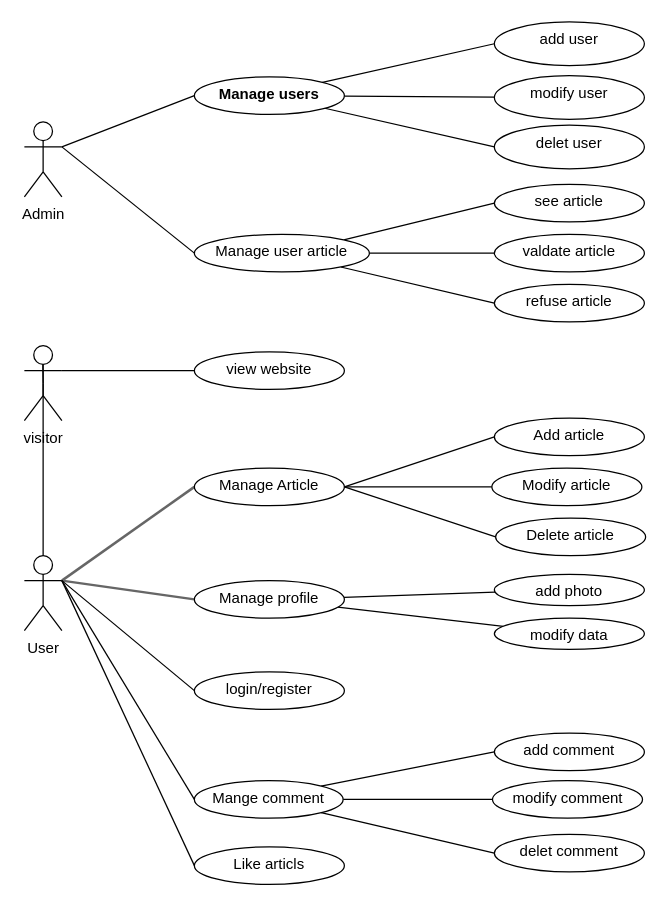
This is diagram/usecASE.drawio from ChaymaTb/Camping-web-site, a draw.io file, before an edit. Source tidied: cells renumbered, new cells numbered last; positions are measured from the earlier drawing's top-left corner, leaving out a move shared by most shapes. Both pictures are drawn from the tidied source at 125%, with x=0, y=0 at pixel (24, 21).
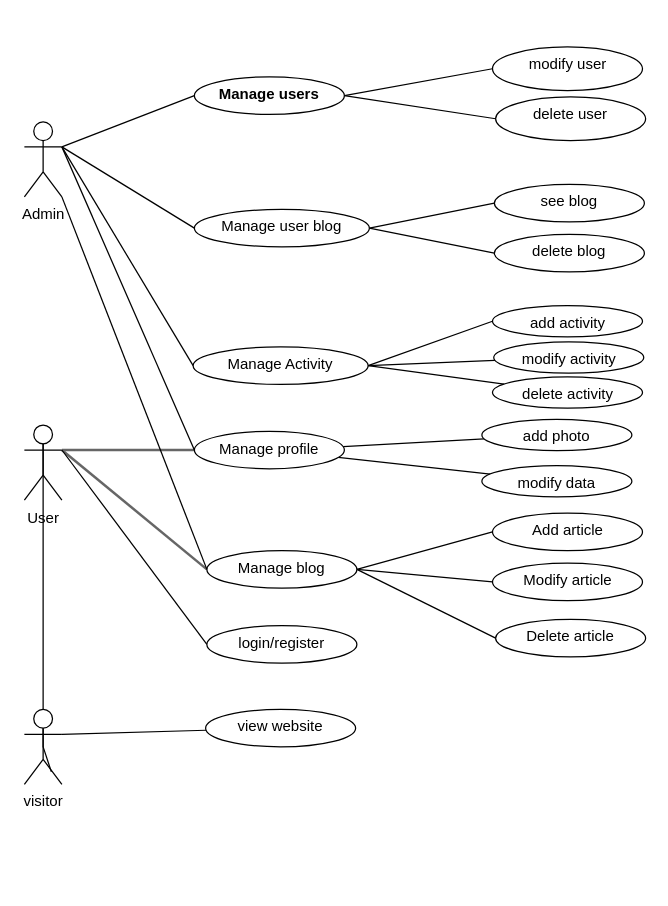
The same page after the edit.

The change refers to these unchanged cells:
```xml
<mxCell id="4" value="Admin" style="shape=umlActor;verticalLabelPosition=bottom;verticalAlign=top;html=1;outlineConnect=0;" parent="1" vertex="1">
  <mxGeometry y="80" width="30" height="60" as="geometry" />
</mxCell>
<mxCell id="15" value="&lt;b&gt;Manage users&lt;/b&gt;" style="ellipse;whiteSpace=wrap;html=1;verticalAlign=top;" parent="1" vertex="1">
  <mxGeometry x="136" y="44" width="120" height="30" as="geometry" />
</mxCell>
```

What changed in the source:
```diff
@@
-    <mxCell id="7" style="edgeStyle=none;html=1;endArrow=none;endFill=0;entryX=0;entryY=0.5;entryDx=0;entryDy=0;exitX=1;exitY=0.3333333333333333;exitDx=0;exitDy=0;exitPerimeter=0;" parent="1" edge="1" source="11" target="29">
-      <mxGeometry relative="1" as="geometry" />
-    </mxCell>
@@
-    <mxCell id="10" style="edgeStyle=none;html=1;endArrow=none;endFill=0;exitX=1;exitY=0.3333333333333333;exitDx=0;exitDy=0;exitPerimeter=0;entryX=0;entryY=0.5;entryDx=0;entryDy=0;" parent="1" edge="1" source="11" target="50">
-      <mxGeometry relative="1" as="geometry" />
-    </mxCell>
     <mxCell id="11" value="User" style="shape=umlActor;verticalLabelPosition=bottom;verticalAlign=top;html=1;outlineConnect=0;" parent="1" vertex="1">
-      <mxGeometry y="427" width="30" height="60" as="geometry" />
+      <mxGeometry y="322.5" width="30" height="60" as="geometry" />
     </mxCell>
@@
-    <mxCell id="13" style="edgeStyle=none;html=1;endArrow=none;endFill=0;" parent="1" edge="1" source="15" target="34">
+    <mxCell id="13" style="edgeStyle=none;html=1;endArrow=none;endFill=0;entryX=0;entryY=0.5;entryDx=0;entryDy=0;exitX=1;exitY=0.5;exitDx=0;exitDy=0;" parent="1" edge="1" source="15" target="34">
       <mxGeometry relative="1" as="geometry" />
     </mxCell>
-    <mxCell id="14" style="edgeStyle=none;html=1;endArrow=none;endFill=0;entryX=0;entryY=0.5;entryDx=0;entryDy=0;" parent="1" edge="1" source="15" target="35">
+    <mxCell id="14" style="edgeStyle=none;html=1;endArrow=none;endFill=0;entryX=0;entryY=0.5;entryDx=0;entryDy=0;exitX=1;exitY=0.5;exitDx=0;exitDy=0;" parent="1" edge="1" source="15" target="35">
       <mxGeometry relative="1" as="geometry" />
     </mxCell>
@@
     <mxCell id="18" value="Manage profile" style="ellipse;whiteSpace=wrap;html=1;verticalAlign=top;" parent="1" vertex="1">
-      <mxGeometry x="136" y="447" width="120" height="30" as="geometry" />
+      <mxGeometry x="136" y="327.5" width="120" height="30" as="geometry" />
     </mxCell>
@@
-    <mxCell id="22" value="Manage Article" style="ellipse;whiteSpace=wrap;html=1;verticalAlign=top;" parent="1" vertex="1">
-      <mxGeometry x="136" y="357" width="120" height="30" as="geometry" />
+    <mxCell id="22" value="Manage blog" style="ellipse;whiteSpace=wrap;html=1;verticalAlign=top;" parent="1" vertex="1">
+      <mxGeometry x="146" y="423" width="120" height="30" as="geometry" />
     </mxCell>
     <mxCell id="23" value="Add article" style="ellipse;whiteSpace=wrap;html=1;verticalAlign=top;" parent="1" vertex="1">
-      <mxGeometry x="376" y="317" width="120" height="30" as="geometry" />
+      <mxGeometry x="374.5" y="393" width="120" height="30" as="geometry" />
     </mxCell>
     <mxCell id="24" value="Modify article" style="ellipse;whiteSpace=wrap;html=1;verticalAlign=top;" parent="1" vertex="1">
-      <mxGeometry x="374" y="357" width="120" height="30" as="geometry" />
+      <mxGeometry x="374.5" y="433" width="120" height="30" as="geometry" />
     </mxCell>
     <mxCell id="25" value="Delete article" style="ellipse;whiteSpace=wrap;html=1;verticalAlign=top;" parent="1" vertex="1">
-      <mxGeometry x="377" y="397" width="120" height="30" as="geometry" />
+      <mxGeometry x="377" y="478" width="120" height="30" as="geometry" />
     </mxCell>
-    <mxCell id="26" style="edgeStyle=none;html=1;endArrow=none;endFill=0;exitX=1;exitY=0;exitDx=0;exitDy=0;entryX=0;entryY=0.5;entryDx=0;entryDy=0;" parent="1" edge="1" source="29" target="30">
-      <mxGeometry relative="1" as="geometry" />
-    </mxCell>
-    <mxCell id="27" style="edgeStyle=none;html=1;endArrow=none;endFill=0;exitX=1;exitY=0.5;exitDx=0;exitDy=0;entryX=0;entryY=0.5;entryDx=0;entryDy=0;" parent="1" edge="1" source="29" target="31">
-      <mxGeometry relative="1" as="geometry" />
-    </mxCell>
-    <mxCell id="28" style="edgeStyle=none;html=1;endArrow=none;endFill=0;exitX=1;exitY=1;exitDx=0;exitDy=0;entryX=0;entryY=0.5;entryDx=0;entryDy=0;" parent="1" edge="1" source="29" target="32">
-      <mxGeometry relative="1" as="geometry" />
-    </mxCell>
-    <mxCell id="29" value="Mange comment" style="ellipse;whiteSpace=wrap;html=1;verticalAlign=top;" parent="1" vertex="1">
-      <mxGeometry x="136" y="607" width="119" height="30" as="geometry" />
-    </mxCell>
-    <mxCell id="30" value="add comment" style="ellipse;whiteSpace=wrap;html=1;verticalAlign=top;" parent="1" vertex="1">
-      <mxGeometry x="376" y="569" width="120" height="30" as="geometry" />
-    </mxCell>
-    <mxCell id="31" value="modify comment" style="ellipse;whiteSpace=wrap;html=1;verticalAlign=top;" parent="1" vertex="1">
-      <mxGeometry x="374.5" y="607" width="120" height="30" as="geometry" />
-    </mxCell>
-    <mxCell id="32" value="delet comment" style="ellipse;whiteSpace=wrap;html=1;verticalAlign=top;" parent="1" vertex="1">
-      <mxGeometry x="376" y="650" width="120" height="30" as="geometry" />
-    </mxCell>
-    <mxCell id="33" value="add user&lt;br&gt;" style="ellipse;whiteSpace=wrap;html=1;verticalAlign=top;" parent="1" vertex="1">
-      <mxGeometry x="376" width="120" height="35" as="geometry" />
-    </mxCell>
     <mxCell id="34" value="modify user" style="ellipse;whiteSpace=wrap;html=1;verticalAlign=top;" parent="1" vertex="1">
-      <mxGeometry x="376" y="43" width="120" height="35" as="geometry" />
+      <mxGeometry x="374.5" y="20" width="120" height="35" as="geometry" />
     </mxCell>
-    <mxCell id="35" value="delet user" style="ellipse;whiteSpace=wrap;html=1;verticalAlign=top;" parent="1" vertex="1">
-      <mxGeometry x="376" y="82.5" width="120" height="35" as="geometry" />
+    <mxCell id="35" value="delete user" style="ellipse;whiteSpace=wrap;html=1;verticalAlign=top;" parent="1" vertex="1">
+      <mxGeometry x="377" y="60" width="120" height="35" as="geometry" />
     </mxCell>
-    <mxCell id="36" style="edgeStyle=none;html=1;endArrow=none;endFill=0;entryX=0;entryY=0.5;entryDx=0;entryDy=0;exitX=1;exitY=0;exitDx=0;exitDy=0;" parent="1" edge="1" source="39" target="40">
+    <mxCell id="36" style="edgeStyle=none;html=1;endArrow=none;endFill=0;entryX=0;entryY=0.5;entryDx=0;entryDy=0;exitX=1;exitY=0.5;exitDx=0;exitDy=0;" parent="1" edge="1" source="39" target="40">
       <mxGeometry relative="1" as="geometry" />
     </mxCell>
-    <mxCell id="37" style="edgeStyle=none;html=1;endArrow=none;endFill=0;" parent="1" edge="1" source="39" target="41">
+    <mxCell id="37" style="edgeStyle=none;html=1;endArrow=none;endFill=0;exitX=1;exitY=0.5;exitDx=0;exitDy=0;entryX=0;entryY=0.5;entryDx=0;entryDy=0;" parent="1" edge="1" source="39" target="41">
       <mxGeometry relative="1" as="geometry" />
     </mxCell>
-    <mxCell id="38" style="edgeStyle=none;html=1;endArrow=none;endFill=0;entryX=0;entryY=0.5;entryDx=0;entryDy=0;" parent="1" edge="1" source="39" target="42">
-      <mxGeometry relative="1" as="geometry" />
-    </mxCell>
+    <mxCell id="51" style="edgeStyle=none;html=1;exitX=1;exitY=0.3333333333333333;exitDx=0;exitDy=0;exitPerimeter=0;entryX=0;entryY=0.5;entryDx=0;entryDy=0;endArrow=none;endFill=0;" parent="1" edge="1" source="4" target="10">
+      <mxGeometry relative="1" as="geometry" />
+    </mxCell>
-    <mxCell id="39" value="Manage user article" style="ellipse;whiteSpace=wrap;html=1;verticalAlign=top;" parent="1" vertex="1">
-      <mxGeometry x="136" y="170" width="140" height="30" as="geometry" />
+    <mxCell id="39" value="Manage user blog" style="ellipse;whiteSpace=wrap;html=1;verticalAlign=top;" parent="1" vertex="1">
+      <mxGeometry x="136" y="150" width="140" height="30" as="geometry" />
     </mxCell>
-    <mxCell id="40" value="see article" style="ellipse;whiteSpace=wrap;html=1;verticalAlign=top;" parent="1" vertex="1">
+    <mxCell id="40" value="see blog" style="ellipse;whiteSpace=wrap;html=1;verticalAlign=top;" parent="1" vertex="1">
       <mxGeometry x="376" y="130" width="120" height="30" as="geometry" />
     </mxCell>
-    <mxCell id="41" value="valdate article" style="ellipse;whiteSpace=wrap;html=1;verticalAlign=top;" parent="1" vertex="1">
+    <mxCell id="41" value="delete blog" style="ellipse;whiteSpace=wrap;html=1;verticalAlign=top;" parent="1" vertex="1">
       <mxGeometry x="376" y="170" width="120" height="30" as="geometry" />
     </mxCell>
-    <mxCell id="42" value="refuse article" style="ellipse;whiteSpace=wrap;html=1;verticalAlign=top;" parent="1" vertex="1">
-      <mxGeometry x="376" y="210" width="120" height="30" as="geometry" />
-    </mxCell>
-    <mxCell id="43" style="endArrow=none;html=1;exitX=1;exitY=0;exitDx=0;exitDy=0;entryX=0;entryY=0.5;entryDx=0;entryDy=0;" parent="1" edge="1" source="15" target="33">
-      <mxGeometry relative="1" as="geometry" />
-    </mxCell>
     <mxCell id="44" value="add photo" style="ellipse;whiteSpace=wrap;html=1;verticalAlign=top;" parent="1" vertex="1">
-      <mxGeometry x="376" y="442" width="120" height="25" as="geometry" />
+      <mxGeometry x="366" y="318" width="120" height="25" as="geometry" />
     </mxCell>
     <mxCell id="45" value="modify data" style="ellipse;whiteSpace=wrap;html=1;verticalAlign=top;" parent="1" vertex="1">
-      <mxGeometry x="376" y="477" width="120" height="25" as="geometry" />
+      <mxGeometry x="366" y="355" width="120" height="25" as="geometry" />
     </mxCell>
     <mxCell id="46" value="login/register" style="ellipse;whiteSpace=wrap;html=1;verticalAlign=top;" parent="1" vertex="1">
-      <mxGeometry x="136" y="520" width="120" height="30" as="geometry" />
+      <mxGeometry x="146" y="483" width="120" height="30" as="geometry" />
     </mxCell>
     <mxCell id="47" value="view website" style="ellipse;whiteSpace=wrap;html=1;verticalAlign=top;" parent="1" vertex="1">
-      <mxGeometry x="136" y="264" width="120" height="30" as="geometry" />
+      <mxGeometry x="145" y="550" width="120" height="30" as="geometry" />
     </mxCell>
-    <mxCell id="48" style="edgeStyle=none;html=1;exitX=0.5;exitY=0.5;exitDx=0;exitDy=0;exitPerimeter=0;endArrow=none;endFill=0;" parent="1" edge="1" source="49">
-      <mxGeometry relative="1" as="geometry">
-        <mxPoint x="14.7" y="269" as="targetPoint" />
-      </mxGeometry>
-    </mxCell>
+    <mxCell id="52" style="edgeStyle=none;html=1;exitX=0.5;exitY=0.5;exitDx=0;exitDy=0;exitPerimeter=0;endArrow=none;endFill=0;" parent="1" edge="1" source="49">
+      <mxGeometry relative="1" as="geometry">
+        <mxPoint x="21.6" y="600" as="targetPoint" />
+      </mxGeometry>
+    </mxCell>
     <mxCell id="49" value="visitor" style="shape=umlActor;verticalLabelPosition=bottom;verticalAlign=top;html=1;outlineConnect=0;" parent="1" vertex="1">
-      <mxGeometry y="259" width="30" height="60" as="geometry" />
+      <mxGeometry y="550" width="30" height="60" as="geometry" />
     </mxCell>
-    <mxCell id="50" value="Like articls" style="ellipse;whiteSpace=wrap;html=1;verticalAlign=top;" parent="1" vertex="1">
-      <mxGeometry x="136" y="660" width="120" height="30" as="geometry" />
-    </mxCell>
+    <mxCell id="53" style="edgeStyle=none;html=1;endArrow=none;endFill=0;entryX=0;entryY=0.5;entryDx=0;entryDy=0;exitX=1;exitY=0.5;exitDx=0;exitDy=0;" parent="1" edge="1" source="10" target="54">
+      <mxGeometry relative="1" as="geometry" />
+    </mxCell>
+    <mxCell id="10" value="Manage Activity" style="ellipse;whiteSpace=wrap;html=1;verticalAlign=top;" parent="1" vertex="1">
+      <mxGeometry x="135" y="260" width="140" height="30" as="geometry" />
+    </mxCell>
+    <mxCell id="54" value="add activity" style="ellipse;whiteSpace=wrap;html=1;verticalAlign=top;" parent="1" vertex="1">
+      <mxGeometry x="374.5" y="227" width="120" height="25" as="geometry" />
+    </mxCell>
+    <mxCell id="55" style="edgeStyle=none;html=1;endArrow=none;endFill=0;entryX=1;entryY=0.5;entryDx=0;entryDy=0;" parent="1" edge="1" source="56" target="10">
+      <mxGeometry relative="1" as="geometry" />
+    </mxCell>
+    <mxCell id="56" value="modify activity" style="ellipse;whiteSpace=wrap;html=1;verticalAlign=top;" parent="1" vertex="1">
+      <mxGeometry x="375.5" y="256" width="120" height="25" as="geometry" />
+    </mxCell>
+    <mxCell id="57" style="edgeStyle=none;html=1;endArrow=none;endFill=0;entryX=1;entryY=0.5;entryDx=0;entryDy=0;" parent="1" edge="1" source="58" target="10">
+      <mxGeometry relative="1" as="geometry" />
+    </mxCell>
+    <mxCell id="58" value="delete activity" style="ellipse;whiteSpace=wrap;html=1;verticalAlign=top;" parent="1" vertex="1">
+      <mxGeometry x="374.5" y="284" width="120" height="25" as="geometry" />
+    </mxCell>
+    <mxCell id="59" style="edgeStyle=none;html=1;exitX=1;exitY=0.3333333333333333;exitDx=0;exitDy=0;exitPerimeter=0;entryX=0;entryY=0.5;entryDx=0;entryDy=0;endArrow=none;endFill=0;" parent="1" edge="1" source="4" target="18">
+      <mxGeometry relative="1" as="geometry" />
+    </mxCell>
+    <mxCell id="60" style="edgeStyle=none;html=1;entryX=0;entryY=0.5;entryDx=0;entryDy=0;endArrow=none;endFill=0;exitX=1;exitY=1;exitDx=0;exitDy=0;exitPerimeter=0;" parent="1" edge="1" source="4" target="22">
+      <mxGeometry relative="1" as="geometry" />
+    </mxCell>
```
